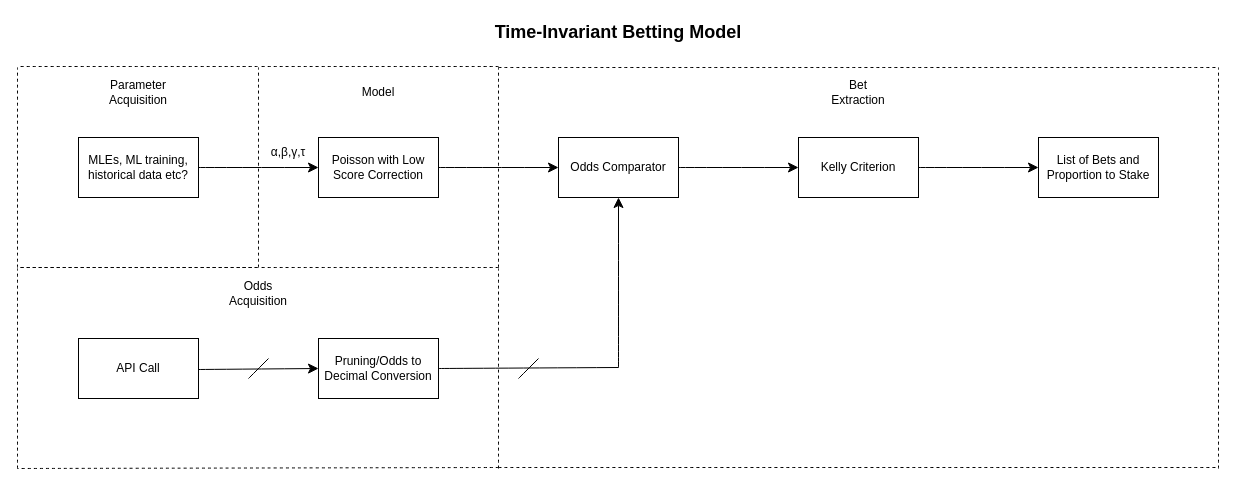
harrydshill/Sports-Statistics keeps this draw.io diagram as report/blockdiagram.drawio. Above is the earlier version. Source tidied: cells renumbered, new cells numbered last; positions are measured from the earlier drawing's top-left corner, leaving out a move shared by most shapes. Both pictures are drawn from the tidied source at 100%, with x=0, y=0 at pixel (17, 17).
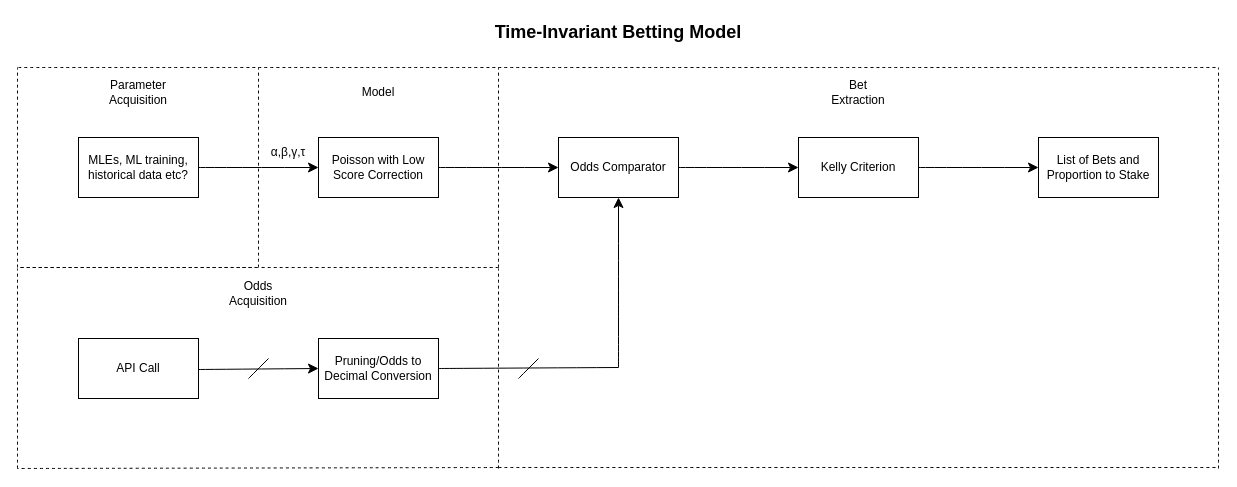
The same page after the edit.

Change to the diagram source:
```diff
@@
-    <mxCell id="14" style="endArrow=none;dashed=1;html=1;rounded=0;fontSize=12;startSize=8;endSize=8;curved=1;" parent="1" edge="1">
-      <mxGeometry relative="1" as="geometry">
-        <mxPoint x="481" y="49" as="sourcePoint" />
-        <mxPoint x="241" y="49" as="targetPoint" />
-      </mxGeometry>
-    </mxCell>
@@
-    <mxCell id="17" style="endArrow=none;dashed=1;html=1;rounded=0;fontSize=12;startSize=8;endSize=8;curved=1;" parent="1" edge="1">
-      <mxGeometry relative="1" as="geometry">
-        <mxPoint x="240" y="49" as="sourcePoint" />
-        <mxPoint y="49" as="targetPoint" />
-      </mxGeometry>
-    </mxCell>
@@
     <mxCell id="36" style="endArrow=none;dashed=1;html=1;rounded=0;fontSize=12;startSize=8;endSize=8;curved=1;" parent="1" edge="1">
       <mxGeometry relative="1" as="geometry">
-        <mxPoint x="481" y="50" as="sourcePoint" />
+        <mxPoint x="1" y="50" as="sourcePoint" />
         <mxPoint x="1201" y="50" as="targetPoint" />
       </mxGeometry>
     </mxCell>
```
